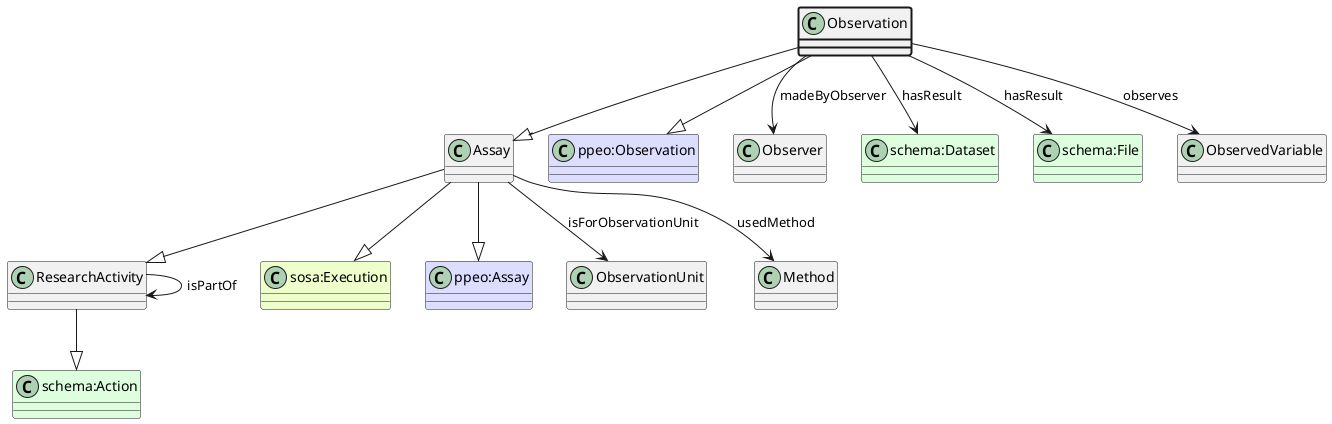
Earlier version of the PlantUML export ttl_uml/ttl_appn_Observation.png (aus-plant-phenomics-network/appn-schema).
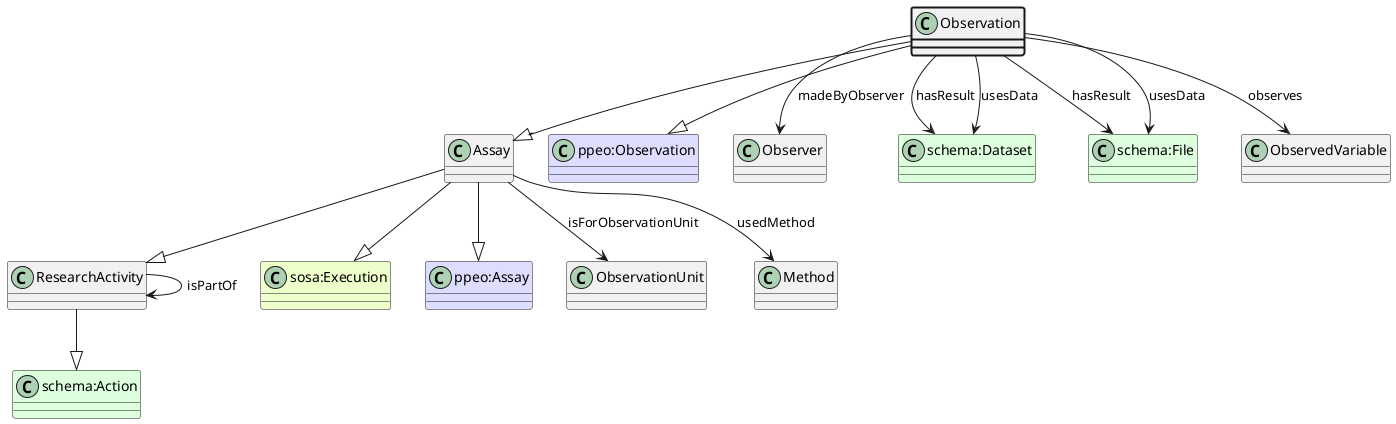
Later version of the same file.

Change to the diagram source:
```diff
@@ -18,6 +18,10 @@
 Observation --> "schema:Dataset" : hasResult
 class "schema:File" #DDFFDD
 Observation --> "schema:File" : hasResult
+class "schema:Dataset" #DDFFDD
+Observation --> "schema:Dataset" : usesData
+class "schema:File" #DDFFDD
+Observation --> "schema:File" : usesData
 class ObservedVariable
 Observation --> ObservedVariable : observes
 class ObservationUnit
```
